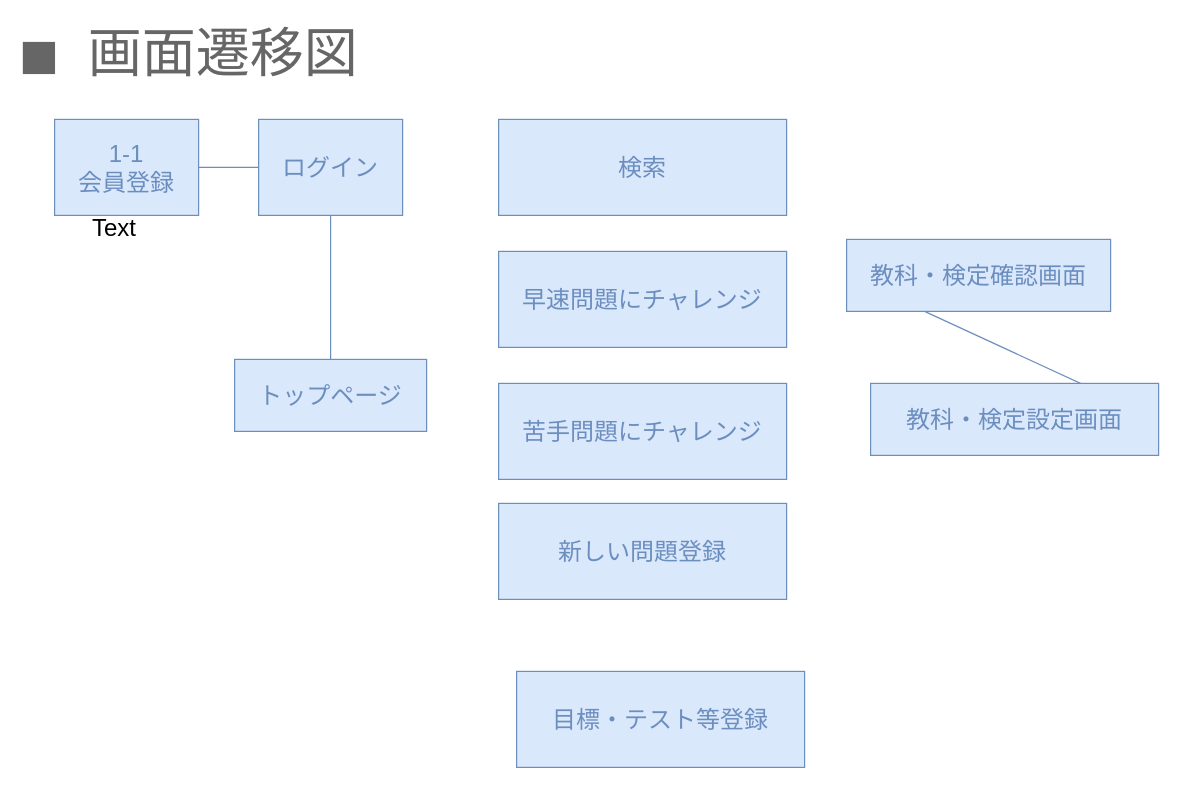
Earlier version of the draw.io diagram page "画面遷移図" (16 of 18) of 画面設計_苦手問題克服.drawio (mitsuewatanabe/practice). Source tidied: cells renumbered, new cells numbered last; positions are measured from the earlier drawing's top-left corner, leaving out a move shared by most shapes. Both pictures are drawn from the tidied source at 120%, with x=0, y=0 at pixel (20, 35).
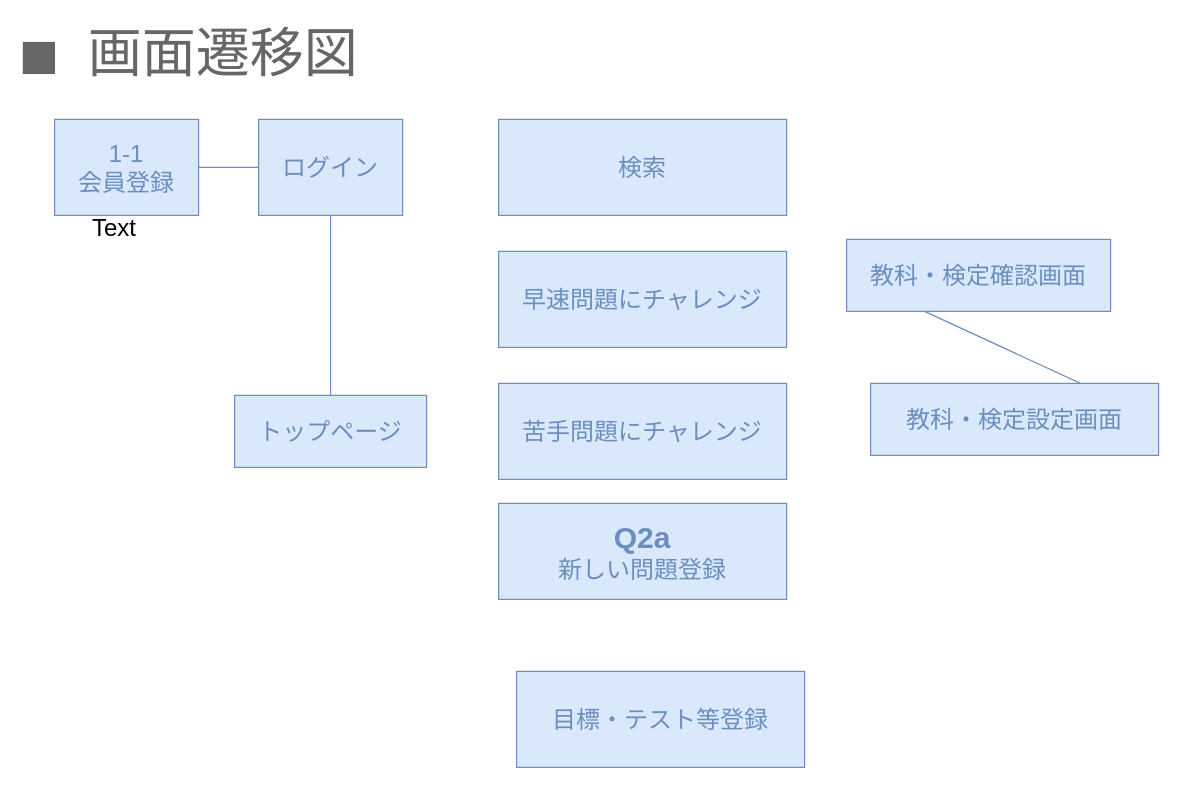
The same page after the edit.

What changed in the source:
```diff
@@
 <mxGraphModel>
   <root>
     <mxCell id="0" />
     <mxCell id="1" parent="0" />
     <mxCell id="2" value="&lt;font face=&quot;Lucida Console&quot; style=&quot;font-size: 45px&quot;&gt;■ 画面遷移図&lt;/font&gt;" style="text;html=1;align=left;verticalAlign=middle;fillColor=none;strokeColor=none;rounded=0;fontColor=#666666;" parent="1" vertex="1">
       <mxGeometry width="290" height="30" as="geometry" />
     </mxCell>
     <mxCell id="3" value="Text" style="text;html=1;strokeColor=none;fillColor=none;align=center;verticalAlign=middle;whiteSpace=wrap;rounded=0;fontSize=20;" parent="1" vertex="1">
       <mxGeometry x="58" y="150" width="40" height="20" as="geometry" />
     </mxCell>
     <mxCell id="4" style="rounded=0;jettySize=auto;html=1;exitX=1;exitY=0.5;exitDx=0;exitDy=0;fontSize=20;strokeWidth=1;endArrow=none;endFill=0;fillColor=#dae8fc;strokeColor=#6c8ebf;entryX=0;entryY=0.5;entryDx=0;entryDy=0;" parent="1" edge="1" source="5" target="6">
       <mxGeometry relative="1" as="geometry" />
     </mxCell>
     <mxCell id="5" value="&lt;font color=&quot;#6c8ebf&quot;&gt;1-1&lt;br&gt;&lt;/font&gt;&lt;font color=&quot;#6c8ebf&quot;&gt;会員登録&lt;/font&gt;" style="rounded=0;whiteSpace=wrap;html=1;fontSize=20;fillColor=#dae8fc;strokeColor=#6c8ebf;align=center;" parent="1" vertex="1">
       <mxGeometry x="28" y="70" width="120" height="80" as="geometry" />
     </mxCell>
     <mxCell id="6" value="&lt;font color=&quot;#6c8ebf&quot;&gt;ログイン&lt;/font&gt;" style="rounded=0;whiteSpace=wrap;html=1;fontSize=20;fillColor=#dae8fc;strokeColor=#6c8ebf;" parent="1" vertex="1">
       <mxGeometry x="198" y="70" width="120" height="80" as="geometry" />
     </mxCell>
     <mxCell id="7" value="&lt;font color=&quot;#6c8ebf&quot;&gt;トップページ&lt;/font&gt;" style="rounded=0;whiteSpace=wrap;html=1;fontSize=20;fillColor=#dae8fc;strokeColor=#6c8ebf;" parent="1" vertex="1">
-      <mxGeometry x="178" y="270" width="160" height="60" as="geometry" />
+      <mxGeometry x="178" y="300" width="160" height="60" as="geometry" />
     </mxCell>
     <mxCell id="8" style="rounded=0;jettySize=auto;html=1;exitX=0.5;exitY=0;exitDx=0;exitDy=0;fontSize=20;strokeWidth=1;endArrow=none;endFill=0;fillColor=#dae8fc;strokeColor=#6c8ebf;entryX=0.5;entryY=1;entryDx=0;entryDy=0;" parent="1" edge="1" source="7" target="6">
       <mxGeometry relative="1" as="geometry" />
     </mxCell>
     <mxCell id="9" value="&lt;font color=&quot;#6c8ebf&quot;&gt;目標・テスト等登録&lt;/font&gt;" style="rounded=0;whiteSpace=wrap;html=1;fontSize=20;fillColor=#dae8fc;strokeColor=#6c8ebf;" parent="1" vertex="1">
       <mxGeometry x="413" y="530" width="240" height="80" as="geometry" />
     </mxCell>
     <mxCell id="10" value="&lt;font color=&quot;#6c8ebf&quot;&gt;苦手問題にチャレンジ&lt;/font&gt;" style="rounded=0;whiteSpace=wrap;html=1;fontSize=20;fillColor=#dae8fc;strokeColor=#6c8ebf;" parent="1" vertex="1">
       <mxGeometry x="398" y="290" width="240" height="80" as="geometry" />
     </mxCell>
     <mxCell id="11" style="edgeStyle=none;rounded=0;jettySize=auto;html=1;exitX=1;exitY=0.5;exitDx=0;exitDy=0;entryX=0;entryY=0.5;entryDx=0;entryDy=0;fontSize=20;endArrow=none;endFill=0;strokeWidth=1;fontColor=#6C8EBF;strokeColor=#6C8EBF;" parent="1" edge="1" source="12" target="13">
       <mxGeometry relative="1" as="geometry" />
     </mxCell>
     <mxCell id="12" value="&lt;font color=&quot;#6c8ebf&quot;&gt;教科・検定設定画面&lt;/font&gt;" style="rounded=0;whiteSpace=wrap;html=1;fontSize=20;fillColor=#dae8fc;strokeColor=#6c8ebf;" parent="1" vertex="1">
       <mxGeometry x="708" y="290" width="240" height="60" as="geometry" />
     </mxCell>
     <mxCell id="13" value="&lt;span style=&quot;color: rgb(108 , 142 , 191)&quot;&gt;教科・検定&lt;/span&gt;&lt;font color=&quot;#6c8ebf&quot;&gt;確認画面&lt;/font&gt;" style="rounded=0;whiteSpace=wrap;html=1;fontSize=20;fillColor=#dae8fc;strokeColor=#6c8ebf;" parent="1" vertex="1">
       <mxGeometry x="688" y="170" width="220" height="60" as="geometry" />
     </mxCell>
     <mxCell id="14" value="&lt;font color=&quot;#6c8ebf&quot;&gt;早速問題にチャレンジ&lt;/font&gt;" style="rounded=0;whiteSpace=wrap;html=1;fontSize=20;fillColor=#dae8fc;strokeColor=#6c8ebf;" parent="1" vertex="1">
       <mxGeometry x="398" y="180" width="240" height="80" as="geometry" />
     </mxCell>
     <mxCell id="15" value="&lt;font color=&quot;#6c8ebf&quot;&gt;検索&lt;/font&gt;" style="rounded=0;whiteSpace=wrap;html=1;fontSize=20;fillColor=#dae8fc;strokeColor=#6c8ebf;" parent="1" vertex="1">
       <mxGeometry x="398" y="70" width="240" height="80" as="geometry" />
     </mxCell>
-    <mxCell id="16" value="&lt;font color=&quot;#6c8ebf&quot;&gt;新しい問題登録&lt;br&gt;&lt;/font&gt;" style="rounded=0;whiteSpace=wrap;html=1;fontSize=20;fillColor=#dae8fc;strokeColor=#6c8ebf;" parent="1" vertex="1">
+    <mxCell id="16" value="&lt;font color=&quot;#6c8ebf&quot;&gt;&lt;font style=&quot;font-size: 25px&quot;&gt;&lt;b&gt;Q2a&lt;/b&gt;&lt;/font&gt;&lt;br&gt;新しい問題登録&lt;br&gt;&lt;/font&gt;" style="rounded=0;whiteSpace=wrap;html=1;fontSize=20;fillColor=#dae8fc;strokeColor=#6c8ebf;" parent="1" vertex="1">
       <mxGeometry x="398" y="390" width="240" height="80" as="geometry" />
     </mxCell>
   </root>
 </mxGraphModel>
```
